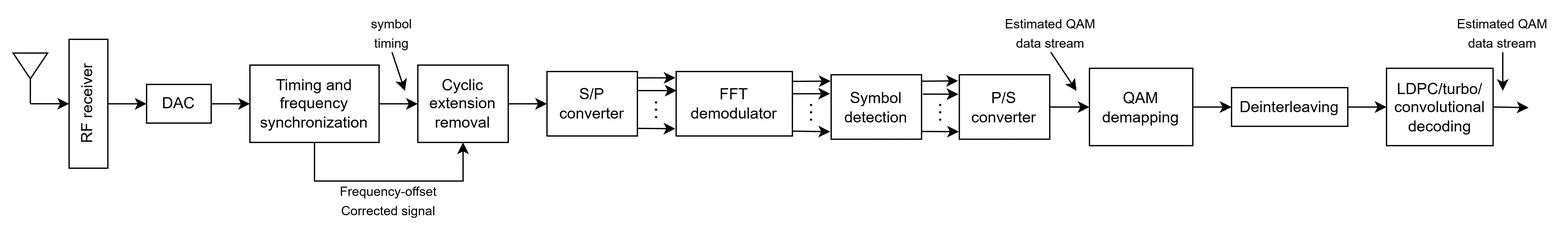
osowatzke/ECE_638 keeps this draw.io diagram as ofdm_rx_config.png. Above is the earlier version. Source tidied: cells renumbered, new cells last; positions are measured from the earlier drawing's top-left corner, leaving out a move shared by most shapes. The source it was exported from:
```xml
<mxGraphModel math="1">
  <root>
    <mxCell id="0" />
    <mxCell id="1" parent="0" />
    <mxCell id="2" style="edgeStyle=orthogonalEdgeStyle;rounded=0;jettySize=auto;html=1;" parent="1" edge="1" source="3" target="5">
      <mxGeometry relative="1" as="geometry" />
    </mxCell>
    <mxCell id="3" value="RF receiver" style="rounded=0;whiteSpace=wrap;html=1;flipV=1;flipH=1;textDirection=vertical-rl;rotation=-180;" parent="1" vertex="1">
      <mxGeometry x="40" y="20" width="30" height="100" as="geometry" />
    </mxCell>
    <mxCell id="4" style="edgeStyle=orthogonalEdgeStyle;rounded=0;jettySize=auto;html=1;" parent="1" edge="1" source="5" target="8">
      <mxGeometry relative="1" as="geometry" />
    </mxCell>
    <mxCell id="5" value="DAC" style="rounded=0;whiteSpace=wrap;html=1;" parent="1" vertex="1">
      <mxGeometry x="100" y="55" width="50" height="30" as="geometry" />
    </mxCell>
    <mxCell id="6" style="edgeStyle=orthogonalEdgeStyle;rounded=0;jettySize=auto;html=1;" parent="1" edge="1" source="8" target="10">
      <mxGeometry relative="1" as="geometry" />
    </mxCell>
    <mxCell id="7" style="edgeStyle=orthogonalEdgeStyle;rounded=0;jettySize=auto;html=1;exitX=0.5;exitY=1;exitDx=0;exitDy=0;entryX=0.5;entryY=1;entryDx=0;entryDy=0;" parent="1" edge="1" source="8" target="10">
      <mxGeometry relative="1" as="geometry">
        <Array as="points">
          <mxPoint x="230" y="130" />
          <mxPoint x="345" y="130" />
        </Array>
      </mxGeometry>
    </mxCell>
    <mxCell id="8" value="Timing and frequency synchronization" style="rounded=0;whiteSpace=wrap;html=1;" parent="1" vertex="1">
      <mxGeometry x="180" y="40" width="100" height="60" as="geometry" />
    </mxCell>
    <mxCell id="9" style="edgeStyle=orthogonalEdgeStyle;rounded=0;jettySize=auto;html=1;" parent="1" edge="1" source="10" target="11">
      <mxGeometry relative="1" as="geometry" />
    </mxCell>
    <mxCell id="10" value="Cyclic extension removal" style="rounded=0;whiteSpace=wrap;html=1;" parent="1" vertex="1">
      <mxGeometry x="310" y="40" width="70" height="60" as="geometry" />
    </mxCell>
    <mxCell id="11" value="S/P converter" style="rounded=0;whiteSpace=wrap;html=1;" parent="1" vertex="1">
      <mxGeometry x="410" y="45" width="70" height="50" as="geometry" />
    </mxCell>
    <mxCell id="12" value="FFT demodulator" style="rounded=0;whiteSpace=wrap;html=1;" parent="1" vertex="1">
      <mxGeometry x="510" y="45" width="90" height="50" as="geometry" />
    </mxCell>
    <mxCell id="13" style="endArrow=classic;html=1;rounded=0;entryX=-0.006;entryY=0.098;entryDx=0;entryDy=0;entryPerimeter=0;exitX=0.991;exitY=0.098;exitDx=0;exitDy=0;exitPerimeter=0;" parent="1" edge="1" source="11" target="12">
      <mxGeometry relative="1" as="geometry" />
    </mxCell>
    <mxCell id="14" style="endArrow=classic;html=1;rounded=0;entryX=0.004;entryY=0.296;entryDx=0;entryDy=0;exitX=0.996;exitY=0.296;exitDx=0;exitDy=0;exitPerimeter=0;entryPerimeter=0;" parent="1" edge="1" source="11" target="12">
      <mxGeometry relative="1" as="geometry" />
    </mxCell>
    <mxCell id="15" style="endArrow=classic;html=1;rounded=0;entryX=-0.007;entryY=0.887;entryDx=0;entryDy=0;exitX=0.992;exitY=0.882;exitDx=0;exitDy=0;exitPerimeter=0;entryPerimeter=0;" parent="1" edge="1" source="11" target="12">
      <mxGeometry relative="1" as="geometry" />
    </mxCell>
    <mxCell id="16" value="$$\vdots$$" style="text;html=1;align=center;verticalAlign=middle;whiteSpace=wrap;rounded=0;" parent="1" vertex="1">
      <mxGeometry x="480" y="55" width="30" height="35" as="geometry" />
    </mxCell>
    <mxCell id="17" value="Symbol detection" style="rounded=0;whiteSpace=wrap;html=1;" parent="1" vertex="1">
      <mxGeometry x="630" y="47.5" width="70" height="50" as="geometry" />
    </mxCell>
    <mxCell id="18" style="endArrow=classic;html=1;rounded=0;entryX=-0.005;entryY=0.099;entryDx=0;entryDy=0;entryPerimeter=0;exitX=0.997;exitY=0.153;exitDx=0;exitDy=0;exitPerimeter=0;" parent="1" edge="1" source="12" target="17">
      <mxGeometry relative="1" as="geometry" />
    </mxCell>
    <mxCell id="19" style="endArrow=classic;html=1;rounded=0;entryX=-0.012;entryY=0.294;entryDx=0;entryDy=0;exitX=1.006;exitY=0.345;exitDx=0;exitDy=0;exitPerimeter=0;entryPerimeter=0;" parent="1" edge="1" source="12" target="17">
      <mxGeometry relative="1" as="geometry" />
    </mxCell>
    <mxCell id="20" style="endArrow=classic;html=1;rounded=0;entryX=-0.011;entryY=0.884;entryDx=0;entryDy=0;exitX=1.002;exitY=0.925;exitDx=0;exitDy=0;exitPerimeter=0;entryPerimeter=0;" parent="1" edge="1" source="12" target="17">
      <mxGeometry relative="1" as="geometry" />
    </mxCell>
    <mxCell id="21" value="$$\vdots$$" style="text;html=1;align=center;verticalAlign=middle;whiteSpace=wrap;rounded=0;" parent="1" vertex="1">
      <mxGeometry x="600" y="57.5" width="30" height="35" as="geometry" />
    </mxCell>
    <mxCell id="22" style="edgeStyle=orthogonalEdgeStyle;rounded=0;jettySize=auto;html=1;" parent="1" edge="1" source="23" target="29">
      <mxGeometry relative="1" as="geometry" />
    </mxCell>
    <mxCell id="23" value="P/S converter" style="rounded=0;whiteSpace=wrap;html=1;" parent="1" vertex="1">
      <mxGeometry x="729.2" y="47.5" width="70" height="50" as="geometry" />
    </mxCell>
    <mxCell id="24" style="endArrow=classic;html=1;rounded=0;entryX=-0.014;entryY=0.095;entryDx=0;entryDy=0;entryPerimeter=0;exitX=0.991;exitY=0.098;exitDx=0;exitDy=0;exitPerimeter=0;" parent="1" edge="1" target="23">
      <mxGeometry relative="1" as="geometry">
        <mxPoint x="700" y="52.5" as="sourcePoint" />
      </mxGeometry>
    </mxCell>
    <mxCell id="25" style="endArrow=classic;html=1;rounded=0;entryX=-0.01;entryY=0.302;entryDx=0;entryDy=0;exitX=0.996;exitY=0.296;exitDx=0;exitDy=0;exitPerimeter=0;entryPerimeter=0;" parent="1" edge="1" target="23">
      <mxGeometry relative="1" as="geometry">
        <mxPoint x="701" y="62.5" as="sourcePoint" />
      </mxGeometry>
    </mxCell>
    <mxCell id="26" style="endArrow=classic;html=1;rounded=0;entryX=-0.005;entryY=0.883;entryDx=0;entryDy=0;exitX=0.992;exitY=0.882;exitDx=0;exitDy=0;exitPerimeter=0;entryPerimeter=0;" parent="1" edge="1" target="23">
      <mxGeometry relative="1" as="geometry">
        <mxPoint x="700" y="91.5" as="sourcePoint" />
      </mxGeometry>
    </mxCell>
    <mxCell id="27" value="$$\vdots$$" style="text;html=1;align=center;verticalAlign=middle;whiteSpace=wrap;rounded=0;" parent="1" vertex="1">
      <mxGeometry x="700" y="57.5" width="30" height="35" as="geometry" />
    </mxCell>
    <mxCell id="28" style="edgeStyle=orthogonalEdgeStyle;rounded=0;jettySize=auto;html=1;" parent="1" edge="1" source="29" target="31">
      <mxGeometry relative="1" as="geometry" />
    </mxCell>
    <mxCell id="29" value="QAM demapping" style="rounded=0;whiteSpace=wrap;html=1;" parent="1" vertex="1">
      <mxGeometry x="830" y="42.5" width="80" height="60" as="geometry" />
    </mxCell>
    <mxCell id="30" style="edgeStyle=orthogonalEdgeStyle;rounded=0;jettySize=auto;html=1;" parent="1" edge="1" source="31" target="32">
      <mxGeometry relative="1" as="geometry" />
    </mxCell>
    <mxCell id="31" value="Deinterleaving" style="rounded=0;whiteSpace=wrap;html=1;" parent="1" vertex="1">
      <mxGeometry x="940" y="57.5" width="90" height="30" as="geometry" />
    </mxCell>
    <mxCell id="32" value="LDPC/turbo/&lt;div&gt;convolutional decoding&lt;/div&gt;" style="rounded=0;whiteSpace=wrap;html=1;" parent="1" vertex="1">
      <mxGeometry x="1060" y="42.5" width="82.5" height="60" as="geometry" />
    </mxCell>
    <mxCell id="33" style="endArrow=classic;html=1;rounded=0;entryX=1;entryY=0.5;entryDx=0;entryDy=0;" parent="1" edge="1" target="3">
      <mxGeometry relative="1" as="geometry">
        <mxPoint x="10" y="70" as="sourcePoint" />
      </mxGeometry>
    </mxCell>
    <mxCell id="34" style="triangle;whiteSpace=wrap;html=1;rotation=90;" parent="1" vertex="1">
      <mxGeometry y="27.3" width="20" height="26.7" as="geometry" />
    </mxCell>
    <mxCell id="35" style="endArrow=none;html=1;rounded=0;entryX=1;entryY=0.5;entryDx=0;entryDy=0;" parent="1" edge="1" target="34">
      <mxGeometry relative="1" as="geometry">
        <mxPoint x="10" y="70" as="sourcePoint" />
      </mxGeometry>
    </mxCell>
    <mxCell id="36" value="&lt;font style=&quot;font-size: 10px;&quot;&gt;symbol timing&lt;/font&gt;" style="text;html=1;align=center;verticalAlign=middle;whiteSpace=wrap;rounded=0;" parent="1" vertex="1">
      <mxGeometry x="260" width="60" height="30" as="geometry" />
    </mxCell>
    <mxCell id="37" style="endArrow=classic;html=1;rounded=0;exitX=0.5;exitY=1;exitDx=0;exitDy=0;" parent="1" edge="1" source="36">
      <mxGeometry relative="1" as="geometry">
        <mxPoint x="300" y="60" as="targetPoint" />
      </mxGeometry>
    </mxCell>
    <mxCell id="38" value="&lt;font style=&quot;font-size: 10px;&quot;&gt;Frequency-offset Corrected signal&lt;/font&gt;" style="text;html=1;align=center;verticalAlign=middle;whiteSpace=wrap;rounded=0;" parent="1" vertex="1">
      <mxGeometry x="230" y="130" width="115" height="30" as="geometry" />
    </mxCell>
    <mxCell id="39" value="&lt;span style=&quot;font-size: 10px;&quot;&gt;Estimated QAM data stream&lt;/span&gt;" style="text;html=1;align=center;verticalAlign=middle;whiteSpace=wrap;rounded=0;" parent="1" vertex="1">
      <mxGeometry x="760" width="80" height="30" as="geometry" />
    </mxCell>
    <mxCell id="40" style="endArrow=classic;html=1;rounded=0;exitX=0.5;exitY=1;exitDx=0;exitDy=0;" parent="1" edge="1" source="39">
      <mxGeometry relative="1" as="geometry">
        <mxPoint x="820" y="60" as="targetPoint" />
      </mxGeometry>
    </mxCell>
    <mxCell id="41" value="&lt;span style=&quot;font-size: 10px;&quot;&gt;Estimated QAM data stream&lt;/span&gt;" style="text;html=1;align=center;verticalAlign=middle;whiteSpace=wrap;rounded=0;" parent="1" vertex="1">
      <mxGeometry x="1110" width="80" height="30" as="geometry" />
    </mxCell>
    <mxCell id="42" style="endArrow=classic;html=1;rounded=0;exitX=1;exitY=0.5;exitDx=0;exitDy=0;" parent="1" edge="1" source="32">
      <mxGeometry relative="1" as="geometry">
        <mxPoint x="1170" y="73" as="targetPoint" />
      </mxGeometry>
    </mxCell>
    <mxCell id="43" style="endArrow=classic;html=1;rounded=0;exitX=0.5;exitY=1;exitDx=0;exitDy=0;" parent="1" edge="1" source="41">
      <mxGeometry relative="1" as="geometry">
        <mxPoint x="1150" y="60" as="targetPoint" />
      </mxGeometry>
    </mxCell>
  </root>
</mxGraphModel>
```
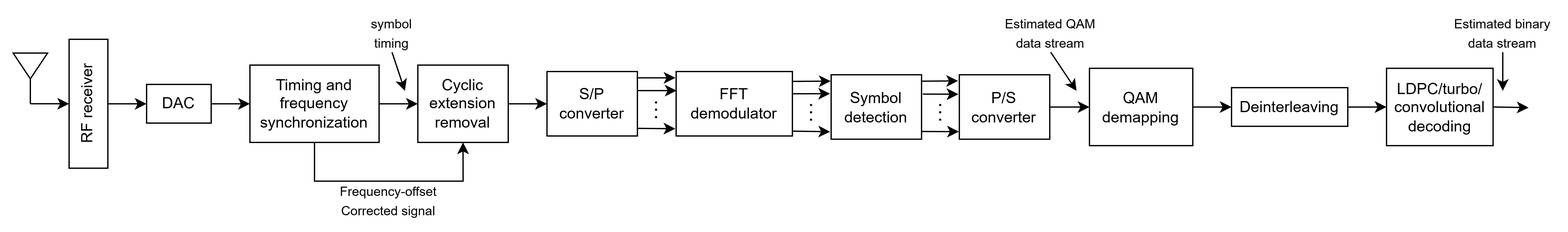
Later version of the same file.

Commit message:
Fixing error in OFDM block diagram

The edit, as a diff of the source:
```diff
@@ -138,7 +138,7 @@
         <mxPoint x="820" y="60" as="targetPoint" />
       </mxGeometry>
     </mxCell>
-    <mxCell id="41" value="&lt;span style=&quot;font-size: 10px;&quot;&gt;Estimated QAM data stream&lt;/span&gt;" style="text;html=1;align=center;verticalAlign=middle;whiteSpace=wrap;rounded=0;" parent="1" vertex="1">
+    <mxCell id="41" value="&lt;span style=&quot;font-size: 10px;&quot;&gt;Estimated binary data stream&lt;/span&gt;" style="text;html=1;align=center;verticalAlign=middle;whiteSpace=wrap;rounded=0;" parent="1" vertex="1">
       <mxGeometry x="1110" width="80" height="30" as="geometry" />
     </mxCell>
     <mxCell id="42" style="endArrow=classic;html=1;rounded=0;exitX=1;exitY=0.5;exitDx=0;exitDy=0;" parent="1" edge="1" source="32">
```
